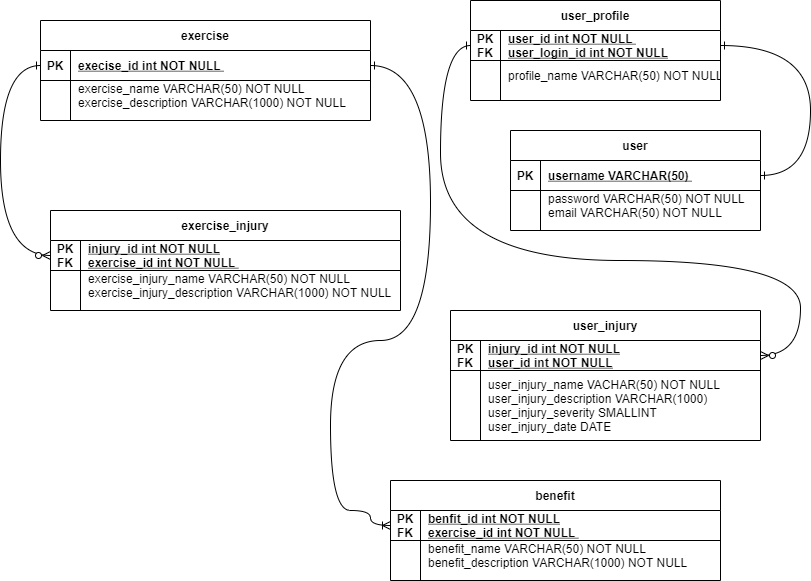
Above: documentation/Logical Design.png in CS480UIC/cs480-final-project-aging_population_fitness (draw.io), before the change. Source tidied: cells renumbered, new cells last; positions are measured from the earlier drawing's top-left corner, leaving out a move shared by most shapes.
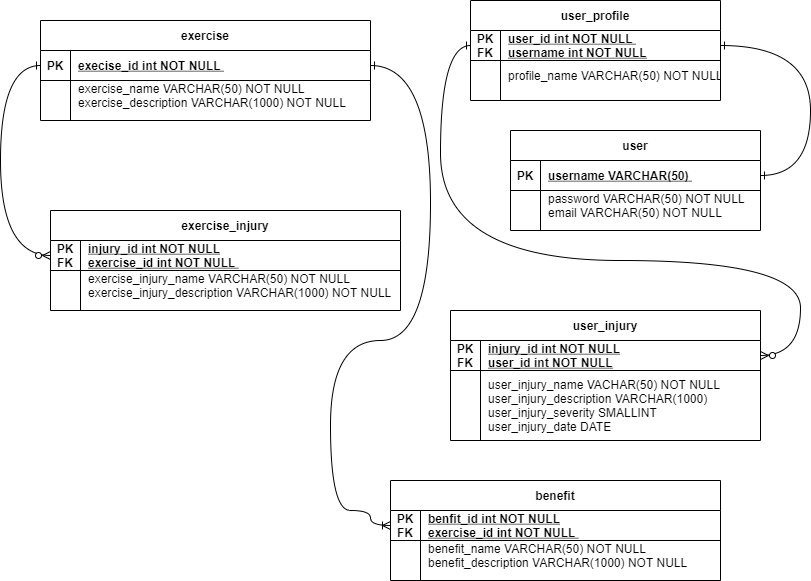
After the change.

Commit message:
fixed FK in user_profile to match attribute name it is a FK of

What changed in the source:
```diff
@@ -32,7 +32,7 @@
     <mxCell id="11" value="PK&#10;FK" style="shape=partialRectangle;overflow=hidden;fillColor=none;top=0;left=0;bottom=0;right=0;fontStyle=1;" parent="10" vertex="1">
       <mxGeometry width="30" height="30" as="geometry" />
     </mxCell>
-    <mxCell id="12" value="user_id int NOT NULL &#10;user_login_id int NOT NULL" style="shape=partialRectangle;overflow=hidden;fillColor=none;top=0;left=0;bottom=0;right=0;align=left;spacingLeft=6;fontStyle=5;" parent="10" vertex="1">
+    <mxCell id="12" value="user_id int NOT NULL &#10;username int NOT NULL" style="shape=partialRectangle;overflow=hidden;fillColor=none;top=0;left=0;bottom=0;right=0;align=left;spacingLeft=6;fontStyle=5;" parent="10" vertex="1">
       <mxGeometry x="30" width="220" height="30" as="geometry" />
     </mxCell>
     <mxCell id="13" style="shape=partialRectangle;fillColor=none;top=0;left=0;right=0;bottom=0;" parent="9" vertex="1">
```
